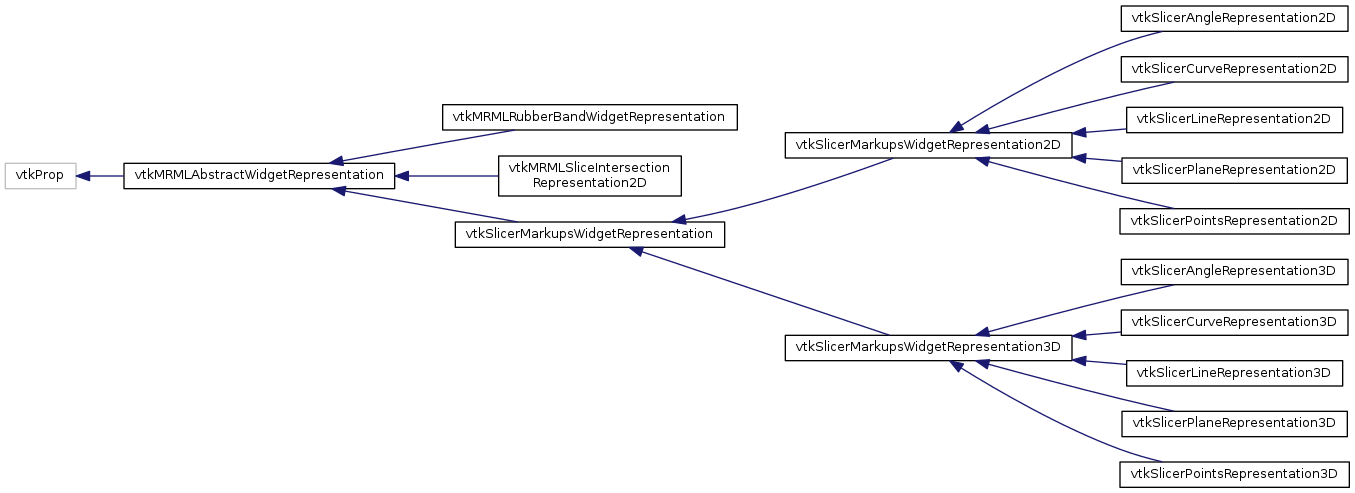
Earlier version of the Graphviz export master/inherit_graph_136.png (jamesobutler/apidocs.slicer.org). Its source is kept beside it as master/inherit_graph_136.dot.
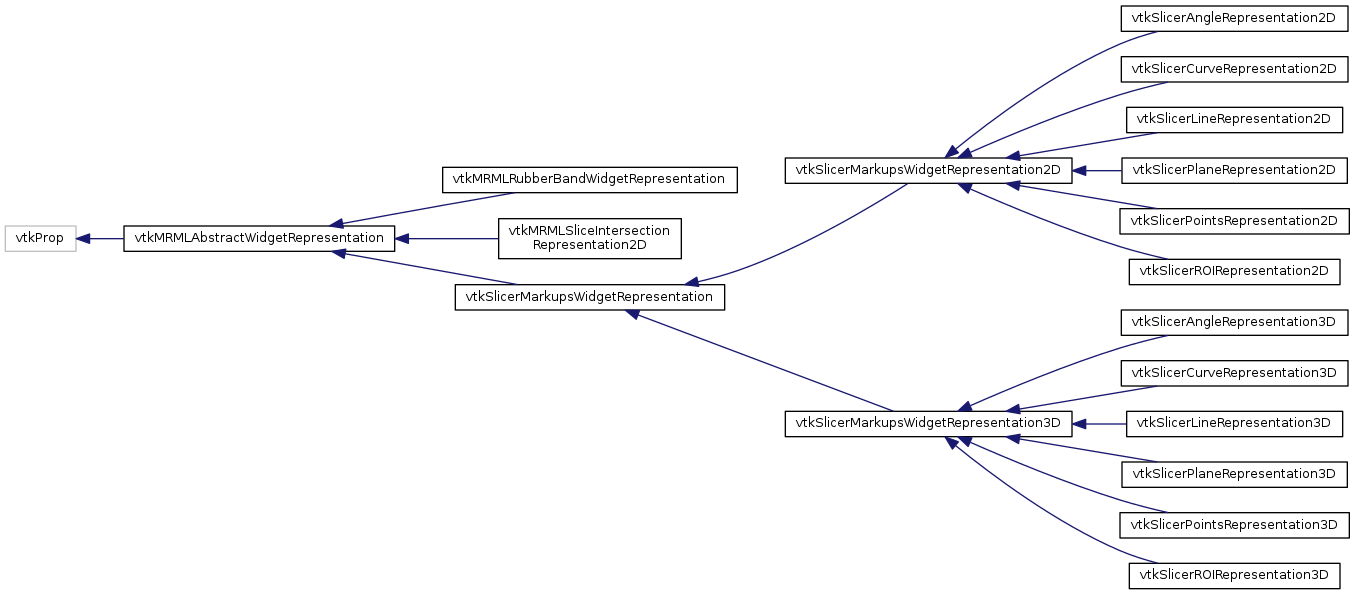
Later version of the same file.

The edit, as a diff of the source:
```diff
@@ -25,16 +25,20 @@
   Node8 [label="vtkSlicerPlaneRepresentation2D",height=0.2,width=0.4,color="black",URL="$classvtkSlicerPlaneRepresentation2D.html",tooltip="Default representation for the plane widget. "];
   Node4 -> Node9 [dir="back",color="midnightblue",fontsize="10",style="solid",fontname="Helvetica"];
   Node9 [label="vtkSlicerPointsRepresentation2D",height=0.2,width=0.4,color="black",URL="$classvtkSlicerPointsRepresentation2D.html",tooltip="Default representation for the points widget. "];
-  Node3 -> Node10 [dir="back",color="midnightblue",fontsize="10",style="solid",fontname="Helvetica"];
-  Node10 [label="vtkSlicerMarkupsWidgetRepresentation3D",height=0.2,width=0.4,color="black",URL="$classvtkSlicerMarkupsWidgetRepresentation3D.html",tooltip="Default representation for the markups widget in 3D views. "];
-  Node10 -> Node11 [dir="back",color="midnightblue",fontsize="10",style="solid",fontname="Helvetica"];
-  Node11 [label="vtkSlicerAngleRepresentation3D",height=0.2,width=0.4,color="black",URL="$classvtkSlicerAngleRepresentation3D.html",tooltip="Default representation for the angle widget. "];
-  Node10 -> Node12 [dir="back",color="midnightblue",fontsize="10",style="solid",fontname="Helvetica"];
-  Node12 [label="vtkSlicerCurveRepresentation3D",height=0.2,width=0.4,color="black",URL="$classvtkSlicerCurveRepresentation3D.html",tooltip="Default representation for the curve widget. "];
-  Node10 -> Node13 [dir="back",color="midnightblue",fontsize="10",style="solid",fontname="Helvetica"];
-  Node13 [label="vtkSlicerLineRepresentation3D",height=0.2,width=0.4,color="black",URL="$classvtkSlicerLineRepresentation3D.html",tooltip="Default representation for the line widget. "];
-  Node10 -> Node14 [dir="back",color="midnightblue",fontsize="10",style="solid",fontname="Helvetica"];
-  Node14 [label="vtkSlicerPlaneRepresentation3D",height=0.2,width=0.4,color="black",URL="$classvtkSlicerPlaneRepresentation3D.html",tooltip="Default representation for the plane widget. "];
-  Node10 -> Node15 [dir="back",color="midnightblue",fontsize="10",style="solid",fontname="Helvetica"];
-  Node15 [label="vtkSlicerPointsRepresentation3D",height=0.2,width=0.4,color="black",URL="$classvtkSlicerPointsRepresentation3D.html",tooltip="Default representation for the points widget. "];
+  Node4 -> Node10 [dir="back",color="midnightblue",fontsize="10",style="solid",fontname="Helvetica"];
+  Node10 [label="vtkSlicerROIRepresentation2D",height=0.2,width=0.4,color="black",URL="$classvtkSlicerROIRepresentation2D.html",tooltip="Default representation for the plane widget. "];
+  Node3 -> Node11 [dir="back",color="midnightblue",fontsize="10",style="solid",fontname="Helvetica"];
+  Node11 [label="vtkSlicerMarkupsWidgetRepresentation3D",height=0.2,width=0.4,color="black",URL="$classvtkSlicerMarkupsWidgetRepresentation3D.html",tooltip="Default representation for the markups widget in 3D views. "];
+  Node11 -> Node12 [dir="back",color="midnightblue",fontsize="10",style="solid",fontname="Helvetica"];
+  Node12 [label="vtkSlicerAngleRepresentation3D",height=0.2,width=0.4,color="black",URL="$classvtkSlicerAngleRepresentation3D.html",tooltip="Default representation for the angle widget. "];
+  Node11 -> Node13 [dir="back",color="midnightblue",fontsize="10",style="solid",fontname="Helvetica"];
+  Node13 [label="vtkSlicerCurveRepresentation3D",height=0.2,width=0.4,color="black",URL="$classvtkSlicerCurveRepresentation3D.html",tooltip="Default representation for the curve widget. "];
+  Node11 -> Node14 [dir="back",color="midnightblue",fontsize="10",style="solid",fontname="Helvetica"];
+  Node14 [label="vtkSlicerLineRepresentation3D",height=0.2,width=0.4,color="black",URL="$classvtkSlicerLineRepresentation3D.html",tooltip="Default representation for the line widget. "];
+  Node11 -> Node15 [dir="back",color="midnightblue",fontsize="10",style="solid",fontname="Helvetica"];
+  Node15 [label="vtkSlicerPlaneRepresentation3D",height=0.2,width=0.4,color="black",URL="$classvtkSlicerPlaneRepresentation3D.html",tooltip="Default representation for the plane widget. "];
+  Node11 -> Node16 [dir="back",color="midnightblue",fontsize="10",style="solid",fontname="Helvetica"];
+  Node16 [label="vtkSlicerPointsRepresentation3D",height=0.2,width=0.4,color="black",URL="$classvtkSlicerPointsRepresentation3D.html",tooltip="Default representation for the points widget. "];
+  Node11 -> Node17 [dir="back",color="midnightblue",fontsize="10",style="solid",fontname="Helvetica"];
+  Node17 [label="vtkSlicerROIRepresentation3D",height=0.2,width=0.4,color="black",URL="$classvtkSlicerROIRepresentation3D.html",tooltip="Default representation for the plane widget. "];
 }
```
